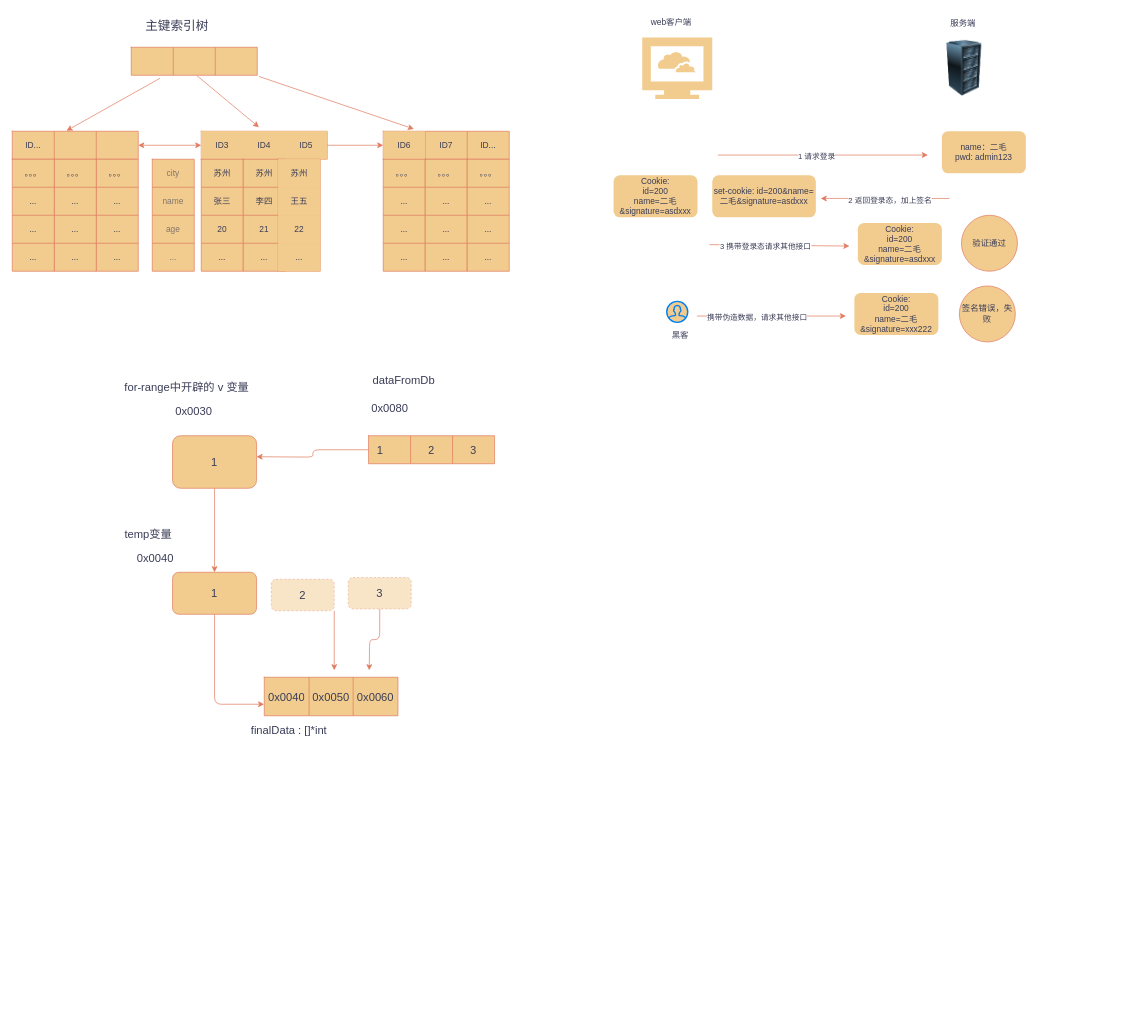
Above: orderBy-index.drawio in calmstar/test (draw.io), before the change. Source tidied: cells renumbered, new cells numbered last; positions are measured from the earlier drawing's top-left corner, leaving out a move shared by most shapes. Both pictures are drawn from the tidied source at 70%, with x=0, y=0 at pixel (12, 12).
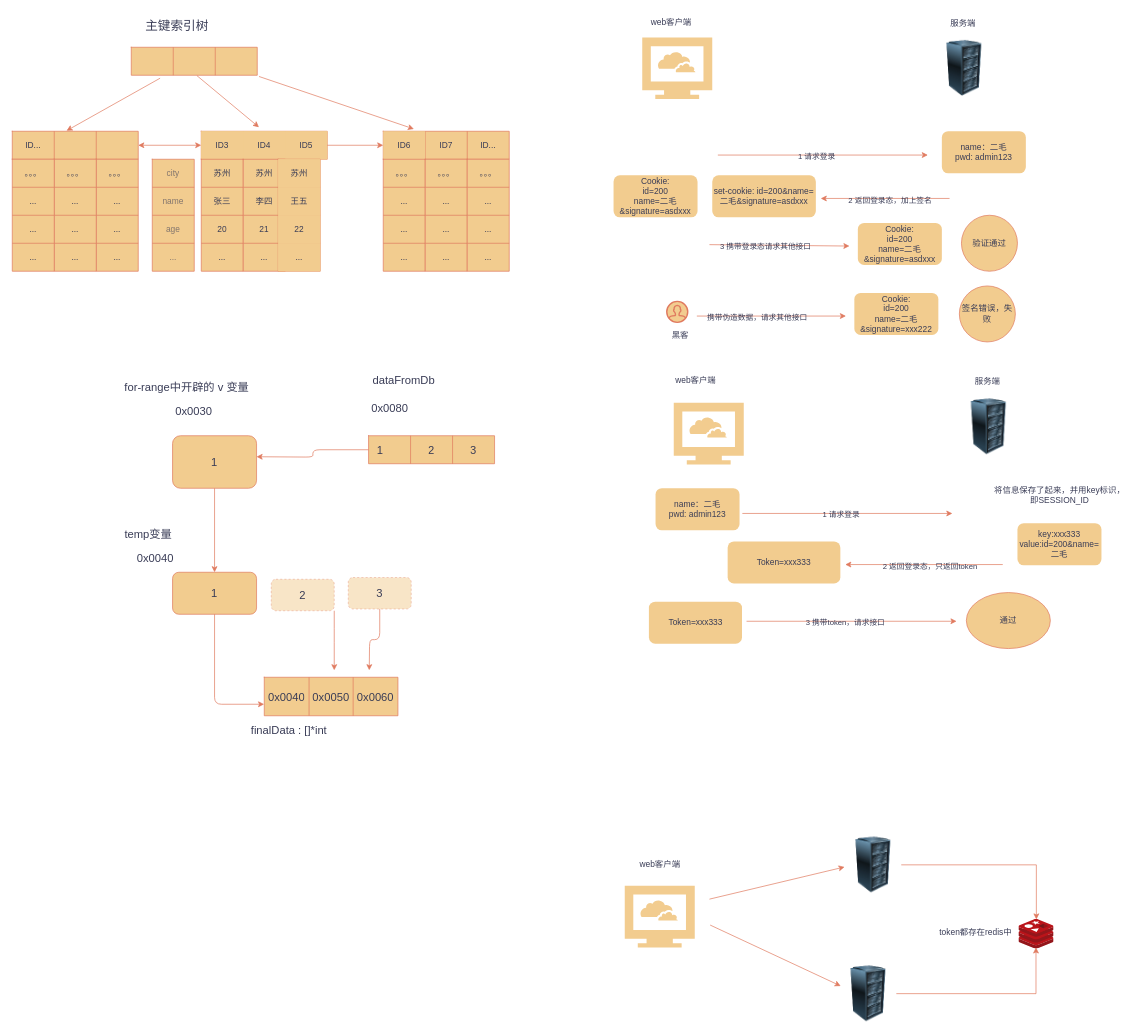
After the change.

Unchanged cells that the change refers to:
```xml
<mxCell id="147" style="endArrow=classic;html=1;rounded=1;hachureGap=4;strokeColor=#E07A5F;fontColor=default;fillColor=#F2CC8F;labelBackgroundColor=none;" parent="1" edge="1">
  <mxGeometry relative="1" as="geometry">
    <mxPoint x="1008" y="204" as="sourcePoint" />
    <mxPoint x="1308" y="204" as="targetPoint" />
  </mxGeometry>
</mxCell>
<mxCell id="152" style="endArrow=classic;html=1;rounded=0;labelBackgroundColor=none;strokeColor=#E07A5F;fontColor=default;" parent="1" edge="1">
  <mxGeometry relative="1" as="geometry">
    <mxPoint x="1339" y="266" as="sourcePoint" />
    <mxPoint x="1155" y="266" as="targetPoint" />
  </mxGeometry>
</mxCell>
<mxCell id="156" style="endArrow=classic;html=1;rounded=1;hachureGap=4;strokeColor=#E07A5F;fontColor=default;fillColor=#F2CC8F;labelBackgroundColor=none;" parent="1" edge="1">
  <mxGeometry relative="1" as="geometry">
    <mxPoint x="996" y="332" as="sourcePoint" />
    <mxPoint x="1196" y="334" as="targetPoint" />
  </mxGeometry>
</mxCell>
<mxCell id="162" style="endArrow=classic;html=1;rounded=1;hachureGap=4;strokeColor=#E07A5F;fontColor=default;fillColor=#F2CC8F;labelBackgroundColor=none;" parent="1" edge="1">
  <mxGeometry relative="1" as="geometry">
    <mxPoint x="978" y="434" as="sourcePoint" />
    <mxPoint x="1191" y="434" as="targetPoint" />
  </mxGeometry>
</mxCell>
```

What changed in the source:
```diff
@@
-    <mxCell id="148" value="1 请求登录" style="edgeLabel;html=1;align=center;verticalAlign=middle;strokeColor=#E07A5F;fontColor=#393C56;fillColor=#F2CC8F;" parent="147" vertex="1">
+    <mxCell id="148" value="1 请求登录" style="edgeLabel;html=1;align=center;verticalAlign=middle;strokeColor=#E07A5F;fontColor=#393C56;fillColor=#F2CC8F;labelBackgroundColor=none;" parent="147" vertex="1">
       <mxGeometry x="-0.07" y="-1" relative="1" as="geometry" />
     </mxCell>
@@
-    <mxCell id="153" value="2 返回登录态，加上签名" style="edgeLabel;html=1;align=center;verticalAlign=middle;strokeColor=#E07A5F;fontColor=#393C56;fillColor=#F2CC8F;" parent="152" vertex="1">
+    <mxCell id="153" value="2 返回登录态，加上签名" style="edgeLabel;html=1;align=center;verticalAlign=middle;strokeColor=#E07A5F;fontColor=#393C56;fillColor=#F2CC8F;labelBackgroundColor=none;" parent="152" vertex="1">
       <mxGeometry x="-0.07" y="2" relative="1" as="geometry" />
     </mxCell>
@@
-    <mxCell id="157" value="3 携带登录态请求其他接口" style="edgeLabel;html=1;align=center;verticalAlign=middle;strokeColor=#E07A5F;fontColor=#393C56;fillColor=#F2CC8F;" parent="156" vertex="1">
+    <mxCell id="157" value="3 携带登录态请求其他接口" style="edgeLabel;html=1;align=center;verticalAlign=middle;strokeColor=#E07A5F;fontColor=#393C56;fillColor=#F2CC8F;labelBackgroundColor=none;" parent="156" vertex="1">
       <mxGeometry x="-0.2" y="-1" relative="1" as="geometry" />
     </mxCell>
@@
-    <mxCell id="159" style="html=1;verticalLabelPosition=bottom;align=center;labelBackgroundColor=#ffffff;verticalAlign=top;strokeWidth=2;strokeColor=#0080F0;shadow=0;dashed=0;shape=mxgraph.ios7.icons.user;fontColor=#393C56;fillColor=#F2CC8F;" parent="1" vertex="1">
+    <mxCell id="159" style="html=1;verticalLabelPosition=bottom;align=center;labelBackgroundColor=none;verticalAlign=top;strokeWidth=2;strokeColor=#E07A5F;shadow=0;dashed=0;shape=mxgraph.ios7.icons.user;fontColor=#393C56;fillColor=#F2CC8F;" parent="1" vertex="1">
       <mxGeometry x="935" y="413" width="30" height="30" as="geometry" />
     </mxCell>
-    <mxCell id="160" value="黑客" style="text;html=1;align=center;verticalAlign=middle;strokeColor=none;fillColor=none;fontColor=#393C56;" parent="1" vertex="1">
+    <mxCell id="160" value="黑客" style="text;html=1;align=center;verticalAlign=middle;strokeColor=none;fillColor=none;fontColor=#393C56;labelBackgroundColor=none;" parent="1" vertex="1">
       <mxGeometry x="933" y="449" width="42" height="26" as="geometry" />
     </mxCell>
-    <mxCell id="161" value="验证通过" style="ellipse;whiteSpace=wrap;html=1;strokeColor=#E07A5F;fontColor=#393C56;fillColor=#F2CC8F;" parent="1" vertex="1">
+    <mxCell id="161" value="验证通过" style="ellipse;whiteSpace=wrap;html=1;strokeColor=#E07A5F;fontColor=#393C56;fillColor=#F2CC8F;labelBackgroundColor=none;" parent="1" vertex="1">
       <mxGeometry x="1356" y="290" width="80" height="80" as="geometry" />
     </mxCell>
@@
-    <mxCell id="163" value="携带伪造数据，请求其他接口" style="edgeLabel;html=1;align=center;verticalAlign=middle;strokeColor=#E07A5F;fontColor=#393C56;fillColor=#F2CC8F;" parent="162" vertex="1">
+    <mxCell id="163" value="携带伪造数据，请求其他接口" style="edgeLabel;html=1;align=center;verticalAlign=middle;strokeColor=#E07A5F;fontColor=#393C56;fillColor=#F2CC8F;labelBackgroundColor=none;" parent="162" vertex="1">
       <mxGeometry x="-0.2" y="-1" relative="1" as="geometry" />
     </mxCell>
@@
-    <mxCell id="165" value="签名错误，失败" style="ellipse;whiteSpace=wrap;html=1;strokeColor=#E07A5F;fontColor=#393C56;fillColor=#F2CC8F;" parent="1" vertex="1">
+    <mxCell id="165" value="签名错误，失败" style="ellipse;whiteSpace=wrap;html=1;strokeColor=#E07A5F;fontColor=#393C56;fillColor=#F2CC8F;labelBackgroundColor=none;" parent="1" vertex="1">
       <mxGeometry x="1353" y="391" width="80" height="80" as="geometry" />
     </mxCell>
+    <mxCell id="166" style="html=1;strokeColor=none;shadow=0;fillColor=#F2CC8F;verticalAlign=top;labelPosition=center;verticalLabelPosition=bottom;shape=mxgraph.gcp2.cloud_computer;hachureGap=4;fontColor=#393C56;labelBackgroundColor=none;rounded=1;" parent="1" vertex="1">
+      <mxGeometry x="875" y="1248" width="100" height="88" as="geometry" />
+    </mxCell>
+    <mxCell id="167" style="image;html=1;image=img/lib/clip_art/computers/Server_Rack_128x128.png;hachureGap=4;strokeColor=#E07A5F;fontColor=#393C56;fillColor=#F2CC8F;labelBackgroundColor=none;rounded=1;" parent="1" vertex="1">
+      <mxGeometry x="1355" y="552" width="80" height="80" as="geometry" />
+    </mxCell>
+    <mxCell id="168" style="endArrow=classic;html=1;rounded=1;hachureGap=4;strokeColor=#E07A5F;fontColor=default;fillColor=#F2CC8F;labelBackgroundColor=none;" parent="1" edge="1">
+      <mxGeometry relative="1" as="geometry">
+        <mxPoint x="1043" y="716" as="sourcePoint" />
+        <mxPoint x="1343" y="716" as="targetPoint" />
+      </mxGeometry>
+    </mxCell>
+    <mxCell id="169" value="1 请求登录" style="edgeLabel;html=1;align=center;verticalAlign=middle;strokeColor=#E07A5F;fontColor=#393C56;fillColor=#F2CC8F;labelBackgroundColor=none;" parent="168" vertex="1">
+      <mxGeometry x="-0.07" y="-1" relative="1" as="geometry" />
+    </mxCell>
+    <mxCell id="170" value="name：二毛&lt;div&gt;pwd: admin123&lt;/div&gt;" style="whiteSpace=wrap;html=1;verticalAlign=middle;fillColor=#F2CC8F;strokeColor=none;fontColor=#393C56;shadow=0;hachureGap=4;labelBackgroundColor=none;rounded=1;" parent="1" vertex="1">
+      <mxGeometry x="919" y="680" width="120" height="60" as="geometry" />
+    </mxCell>
+    <mxCell id="171" value="服务端" style="text;html=1;align=center;verticalAlign=middle;strokeColor=none;fillColor=none;labelBackgroundColor=none;fontColor=#393C56;" parent="1" vertex="1">
+      <mxGeometry x="1366" y="515" width="54" height="26" as="geometry" />
+    </mxCell>
+    <mxCell id="172" value="web客户端" style="text;html=1;align=center;verticalAlign=middle;strokeColor=none;fillColor=none;labelBackgroundColor=none;fontColor=#393C56;" parent="1" vertex="1">
+      <mxGeometry x="938" y="513" width="76" height="26" as="geometry" />
+    </mxCell>
+    <mxCell id="173" style="endArrow=classic;html=1;rounded=0;labelBackgroundColor=none;strokeColor=#E07A5F;fontColor=default;" parent="1" edge="1">
+      <mxGeometry relative="1" as="geometry">
+        <mxPoint x="1415" y="789" as="sourcePoint" />
+        <mxPoint x="1190" y="789" as="targetPoint" />
+      </mxGeometry>
+    </mxCell>
+    <mxCell id="174" value="2 返回登录态，只返回token" style="edgeLabel;html=1;align=center;verticalAlign=middle;strokeColor=#E07A5F;fontColor=#393C56;fillColor=#F2CC8F;labelBackgroundColor=none;" parent="173" vertex="1">
+      <mxGeometry x="-0.07" y="2" relative="1" as="geometry" />
+    </mxCell>
+    <mxCell id="175" value="Token=xxx333" style="whiteSpace=wrap;html=1;verticalAlign=middle;fillColor=#F2CC8F;strokeColor=none;fontColor=#393C56;shadow=0;hachureGap=4;labelBackgroundColor=none;rounded=1;" parent="1" vertex="1">
+      <mxGeometry x="1022" y="756" width="161" height="60" as="geometry" />
+    </mxCell>
+    <mxCell id="176" value="&lt;div&gt;Token=xxx333&lt;br&gt;&lt;/div&gt;" style="whiteSpace=wrap;html=1;verticalAlign=middle;fillColor=#F2CC8F;strokeColor=none;fontColor=#393C56;shadow=0;hachureGap=4;labelBackgroundColor=none;rounded=1;" parent="1" vertex="1">
+      <mxGeometry x="909.5" y="842" width="133" height="60" as="geometry" />
+    </mxCell>
+    <mxCell id="177" value="key:xxx333&lt;div&gt;value:id=200&amp;amp;name=二毛&lt;/div&gt;" style="whiteSpace=wrap;html=1;verticalAlign=middle;fillColor=#F2CC8F;strokeColor=none;fontColor=#393C56;shadow=0;hachureGap=4;labelBackgroundColor=none;rounded=1;" parent="1" vertex="1">
+      <mxGeometry x="1436" y="730" width="120" height="60" as="geometry" />
+    </mxCell>
+    <mxCell id="178" value="将信息保存了起来，并用key标识，&lt;div&gt;即SESSION_ID&lt;/div&gt;" style="text;html=1;align=center;verticalAlign=middle;strokeColor=none;fillColor=none;labelBackgroundColor=none;fontColor=#393C56;" parent="1" vertex="1">
+      <mxGeometry x="1393.5" y="669" width="205" height="41" as="geometry" />
+    </mxCell>
+    <mxCell id="179" style="endArrow=classic;html=1;rounded=1;hachureGap=4;strokeColor=#E07A5F;fontColor=default;fillColor=#F2CC8F;labelBackgroundColor=none;" parent="1" edge="1">
+      <mxGeometry relative="1" as="geometry">
+        <mxPoint x="1049" y="870" as="sourcePoint" />
+        <mxPoint x="1349" y="870" as="targetPoint" />
+      </mxGeometry>
+    </mxCell>
+    <mxCell id="180" value="3 携带token，请求接口" style="edgeLabel;html=1;align=center;verticalAlign=middle;strokeColor=#E07A5F;fontColor=#393C56;fillColor=#F2CC8F;labelBackgroundColor=none;" parent="179" vertex="1">
+      <mxGeometry x="-0.07" y="-1" relative="1" as="geometry" />
+    </mxCell>
+    <mxCell id="181" value="通过" style="ellipse;whiteSpace=wrap;html=1;labelBackgroundColor=none;fillColor=#F2CC8F;strokeColor=#E07A5F;fontColor=#393C56;" parent="1" vertex="1">
+      <mxGeometry x="1363" y="829" width="120" height="80" as="geometry" />
+    </mxCell>
+    <mxCell id="182" style="html=1;strokeColor=none;shadow=0;fillColor=#F2CC8F;verticalAlign=top;labelPosition=center;verticalLabelPosition=bottom;shape=mxgraph.gcp2.cloud_computer;hachureGap=4;fontColor=#393C56;labelBackgroundColor=none;rounded=1;" parent="1" vertex="1">
+      <mxGeometry x="945" y="558" width="100" height="88" as="geometry" />
+    </mxCell>
+    <mxCell id="183" value="web客户端" style="text;html=1;align=center;verticalAlign=middle;strokeColor=none;fillColor=none;labelBackgroundColor=none;fontColor=#393C56;" parent="1" vertex="1">
+      <mxGeometry x="887" y="1205" width="76" height="26" as="geometry" />
+    </mxCell>
+    <mxCell id="184" style="edgeStyle=orthogonalEdgeStyle;rounded=0;jettySize=auto;html=1;strokeColor=#E07A5F;fontColor=#393C56;fillColor=#F2CC8F;" parent="1" edge="1" source="185" target="190">
+      <mxGeometry relative="1" as="geometry" />
+    </mxCell>
+    <mxCell id="185" style="image;html=1;image=img/lib/clip_art/computers/Server_Rack_128x128.png;hachureGap=4;strokeColor=#E07A5F;fontColor=#393C56;fillColor=#F2CC8F;labelBackgroundColor=none;rounded=1;" parent="1" vertex="1">
+      <mxGeometry x="1190" y="1178" width="80" height="80" as="geometry" />
+    </mxCell>
+    <mxCell id="186" style="edgeStyle=orthogonalEdgeStyle;rounded=0;jettySize=auto;html=1;strokeColor=#E07A5F;fontColor=#393C56;fillColor=#F2CC8F;entryX=0.49;entryY=0.952;entryDx=0;entryDy=0;entryPerimeter=0;" parent="1" edge="1" source="187" target="190">
+      <mxGeometry relative="1" as="geometry" />
+    </mxCell>
+    <mxCell id="187" style="image;html=1;image=img/lib/clip_art/computers/Server_Rack_128x128.png;hachureGap=4;strokeColor=#E07A5F;fontColor=#393C56;fillColor=#F2CC8F;labelBackgroundColor=none;rounded=1;" parent="1" vertex="1">
+      <mxGeometry x="1183" y="1362" width="80" height="80" as="geometry" />
+    </mxCell>
+    <mxCell id="188" style="endArrow=classic;html=1;rounded=0;strokeColor=#E07A5F;fontColor=#393C56;fillColor=#F2CC8F;" parent="1" edge="1">
+      <mxGeometry relative="1" as="geometry">
+        <mxPoint x="996" y="1267" as="sourcePoint" />
+        <mxPoint x="1189" y="1221" as="targetPoint" />
+      </mxGeometry>
+    </mxCell>
+    <mxCell id="189" style="endArrow=classic;html=1;rounded=0;strokeColor=#E07A5F;fontColor=#393C56;fillColor=#F2CC8F;entryX=0.006;entryY=0.363;entryDx=0;entryDy=0;entryPerimeter=0;" parent="1" edge="1" target="187">
+      <mxGeometry relative="1" as="geometry">
+        <mxPoint x="997" y="1304" as="sourcePoint" />
+      </mxGeometry>
+    </mxCell>
+    <mxCell id="190" style="image;sketch=0;html=1;points=[];align=center;fontSize=12;image=img/lib/mscae/Cache_Redis_Product.svg;strokeColor=#E07A5F;fontColor=#393C56;fillColor=#F2CC8F;" parent="1" vertex="1">
+      <mxGeometry x="1438" y="1296" width="50" height="42" as="geometry" />
+    </mxCell>
+    <mxCell id="191" value="token都存在redis中" style="text;html=1;align=center;verticalAlign=middle;strokeColor=none;fillColor=none;fontColor=#393C56;" parent="1" vertex="1">
+      <mxGeometry x="1315" y="1302" width="121" height="26" as="geometry" />
+    </mxCell>
```
